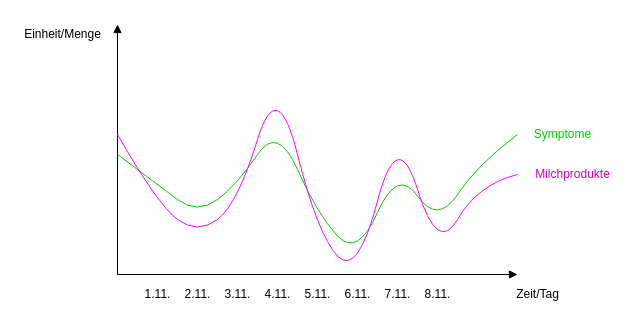
The draw.io diagram Statistics.drawio in FrauMauz/diagrams, before the edit. Source tidied: cells renumbered, new cells numbered last; positions are measured from the earlier drawing's top-left corner, leaving out a move shared by most shapes. Both pictures are drawn from the tidied source at 100%, with x=0, y=0 at pixel (17, 24).
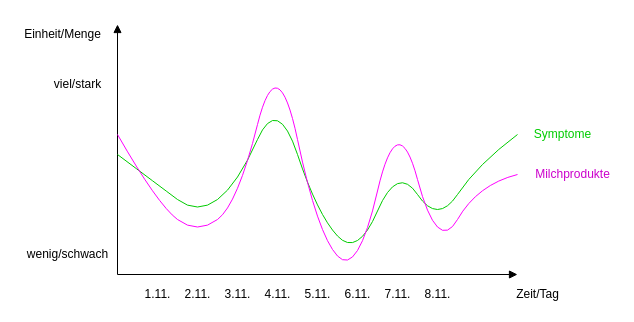
The same diagram, later.

What changed in the source:
```diff
@@
     <mxCell id="16" style="curved=1;endArrow=none;html=1;endFill=0;strokeColor=#00CC00;" parent="1" edge="1">
       <mxGeometry relative="1" as="geometry">
         <mxPoint x="100" y="130" as="sourcePoint" />
         <mxPoint x="500" y="110" as="targetPoint" />
         <Array as="points">
           <mxPoint x="140" y="160" />
           <mxPoint x="180" y="190" />
           <mxPoint x="220" y="160" />
-          <mxPoint x="260" y="100" />
+          <mxPoint x="260" y="70" />
           <mxPoint x="300" y="190" />
           <mxPoint x="340" y="233" />
-          <mxPoint x="380" y="143" />
+          <mxPoint x="380" y="140" />
           <mxPoint x="420" y="200" />
           <mxPoint x="460" y="140" />
         </Array>
       </mxGeometry>
     </mxCell>
     <mxCell id="17" style="curved=1;endArrow=none;html=1;endFill=0;strokeColor=#FF00FF;" parent="1" edge="1">
       <mxGeometry relative="1" as="geometry">
         <mxPoint x="100" y="110" as="sourcePoint" />
         <mxPoint x="500" y="150" as="targetPoint" />
         <Array as="points">
           <mxPoint x="140" y="180" />
           <mxPoint x="180" y="210" />
           <mxPoint x="220" y="180" />
-          <mxPoint x="260" y="50" />
+          <mxPoint x="260" y="20" />
           <mxPoint x="300" y="210" />
           <mxPoint x="340" y="253" />
-          <mxPoint x="380" y="100" />
+          <mxPoint x="380" y="80" />
           <mxPoint x="420" y="230" />
           <mxPoint x="460" y="160" />
         </Array>
       </mxGeometry>
     </mxCell>
+    <mxCell id="18" value="wenig/schwach" style="text;html=1;align=center;verticalAlign=middle;" parent="1" vertex="1">
+      <mxGeometry y="220" width="100" height="20" as="geometry" />
+    </mxCell>
+    <mxCell id="19" value="viel/stark" style="text;html=1;align=center;verticalAlign=middle;" parent="1" vertex="1">
+      <mxGeometry x="30" y="50" width="60" height="20" as="geometry" />
+    </mxCell>
```
